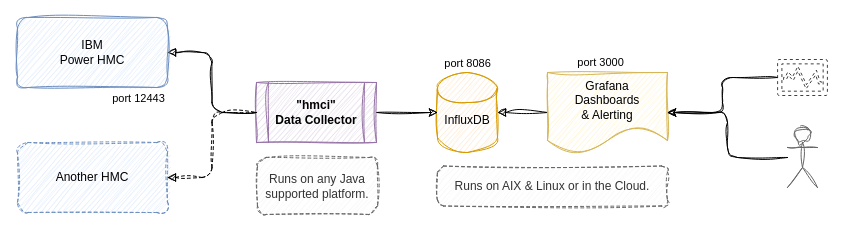
Earlier version of the draw.io diagram doc/HMCi.drawio (mnellemann/hmci). Source tidied: cells renumbered, new cells numbered last; positions are measured from the earlier drawing's top-left corner, leaving out a move shared by most shapes. Both pictures are drawn from the tidied source at 100%, with x=0, y=0 at pixel (17, 17).
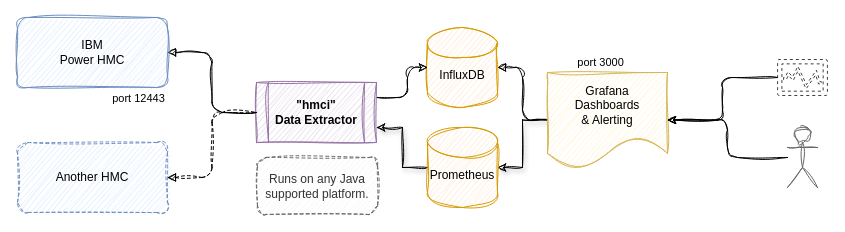
After the change.

What changed in the source:
```diff
@@
     <mxCell id="3" value="&lt;br&gt;InfluxDB" style="shape=cylinder2;whiteSpace=wrap;html=1;boundedLbl=1;backgroundOutline=1;size=15;fillColor=#ffe6cc;strokeColor=#d79b00;sketch=1;curveFitting=1;jiggle=2;fontColor=#000000;" parent="1" vertex="1">
-      <mxGeometry x="420" y="55" width="60" height="80" as="geometry" />
+      <mxGeometry x="410" y="10" width="70" height="80" as="geometry" />
     </mxCell>
     <mxCell id="4" style="edgeStyle=orthogonalEdgeStyle;rounded=1;jettySize=auto;html=1;sketch=1;curveFitting=1;jiggle=2;strokeColor=#000000;" parent="1" edge="1" source="5" target="3">
-      <mxGeometry relative="1" as="geometry" />
+      <mxGeometry relative="1" as="geometry">
+        <Array as="points">
+          <mxPoint x="390" y="80" />
+          <mxPoint x="390" y="50" />
+        </Array>
+      </mxGeometry>
     </mxCell>
-    <mxCell id="5" value="&lt;div&gt;&lt;b&gt;&quot;hmci&quot;&lt;/b&gt;&lt;/div&gt;&lt;div&gt;&lt;b&gt;Data Collector&lt;/b&gt;&lt;/div&gt;" style="shape=process;whiteSpace=wrap;html=1;backgroundOutline=1;fillColor=#e1d5e7;strokeColor=#9673a6;shadow=0;glass=0;rounded=0;gradientColor=none;sketch=1;curveFitting=1;jiggle=2;labelBackgroundColor=none;labelBorderColor=none;fontColor=#000000;" parent="1" vertex="1">
+    <mxCell id="5" value="&lt;div&gt;&lt;b&gt;&quot;hmci&quot;&lt;/b&gt;&lt;/div&gt;&lt;div&gt;&lt;b&gt;Data Extractor&lt;/b&gt;&lt;/div&gt;" style="shape=process;whiteSpace=wrap;html=1;backgroundOutline=1;fillColor=#e1d5e7;strokeColor=#9673a6;shadow=0;glass=0;rounded=0;gradientColor=none;sketch=1;curveFitting=1;jiggle=2;labelBackgroundColor=none;labelBorderColor=none;fontColor=#000000;" parent="1" vertex="1">
       <mxGeometry x="239" y="65" width="120" height="60" as="geometry" />
     </mxCell>
+    <mxCell id="20" style="edgeStyle=orthogonalEdgeStyle;shape=connector;rounded=0;sketch=1;jiggle=2;curveFitting=1;jettySize=auto;html=1;shadow=1;align=center;verticalAlign=middle;fontFamily=Helvetica;fontSize=11;fontColor=default;labelBackgroundColor=default;endArrow=classic;strokeColor=#000000;" parent="1" edge="1" source="6" target="22">
+      <mxGeometry relative="1" as="geometry" />
+    </mxCell>
     <mxCell id="6" value="&lt;div&gt;Grafana&lt;/div&gt;&lt;div&gt;Dashboards&lt;/div&gt;&lt;div&gt;&amp;amp; Alerting&lt;br&gt;&lt;/div&gt;" style="shape=document;whiteSpace=wrap;html=1;boundedLbl=1;fillColor=#fff2cc;strokeColor=#d6b656;sketch=1;curveFitting=1;jiggle=2;fontColor=#000000;" parent="1" vertex="1">
-      <mxGeometry x="530" y="55" width="120" height="80" as="geometry" />
+      <mxGeometry x="530" y="55" width="120" height="95" as="geometry" />
     </mxCell>
@@
-    <mxCell id="12" value="Runs on AIX &amp;amp; Linux or in the Cloud." style="rounded=1;whiteSpace=wrap;html=1;dashed=1;sketch=1;curveFitting=1;jiggle=2;fillColor=#f5f5f5;fontColor=#333333;strokeColor=#666666;" parent="1" vertex="1">
-      <mxGeometry x="420" y="148.5" width="230" height="40" as="geometry" />
-    </mxCell>
@@
-    <mxCell id="14" value="port 8086" style="edgeLabel;html=1;align=center;verticalAlign=middle;sketch=1;curveFitting=1;jiggle=2;labelBackgroundColor=none;fontColor=#000000;" parent="1" vertex="1">
-      <mxGeometry x="446" y="28" as="geometry">
-        <mxPoint x="3" y="17" as="offset" />
-      </mxGeometry>
-    </mxCell>
@@
+    <mxCell id="21" style="edgeStyle=orthogonalEdgeStyle;shape=connector;rounded=0;sketch=1;jiggle=2;curveFitting=1;jettySize=auto;html=1;shadow=1;strokeColor=#000000;align=center;verticalAlign=middle;fontFamily=Helvetica;fontSize=11;fontColor=default;labelBackgroundColor=default;endArrow=classic;" parent="1" edge="1" source="22" target="5">
+      <mxGeometry relative="1" as="geometry">
+        <Array as="points">
+          <mxPoint x="385" y="150" />
+          <mxPoint x="385" y="110" />
+        </Array>
+      </mxGeometry>
+    </mxCell>
+    <mxCell id="22" value="&lt;div&gt;&lt;br&gt;&lt;/div&gt;Prometheus" style="shape=cylinder2;whiteSpace=wrap;html=1;boundedLbl=1;backgroundOutline=1;size=15;fillColor=#ffe6cc;strokeColor=#d79b00;sketch=1;curveFitting=1;jiggle=2;fontColor=#000000;" parent="1" vertex="1">
+      <mxGeometry x="410" y="110" width="70" height="80" as="geometry" />
+    </mxCell>
```
